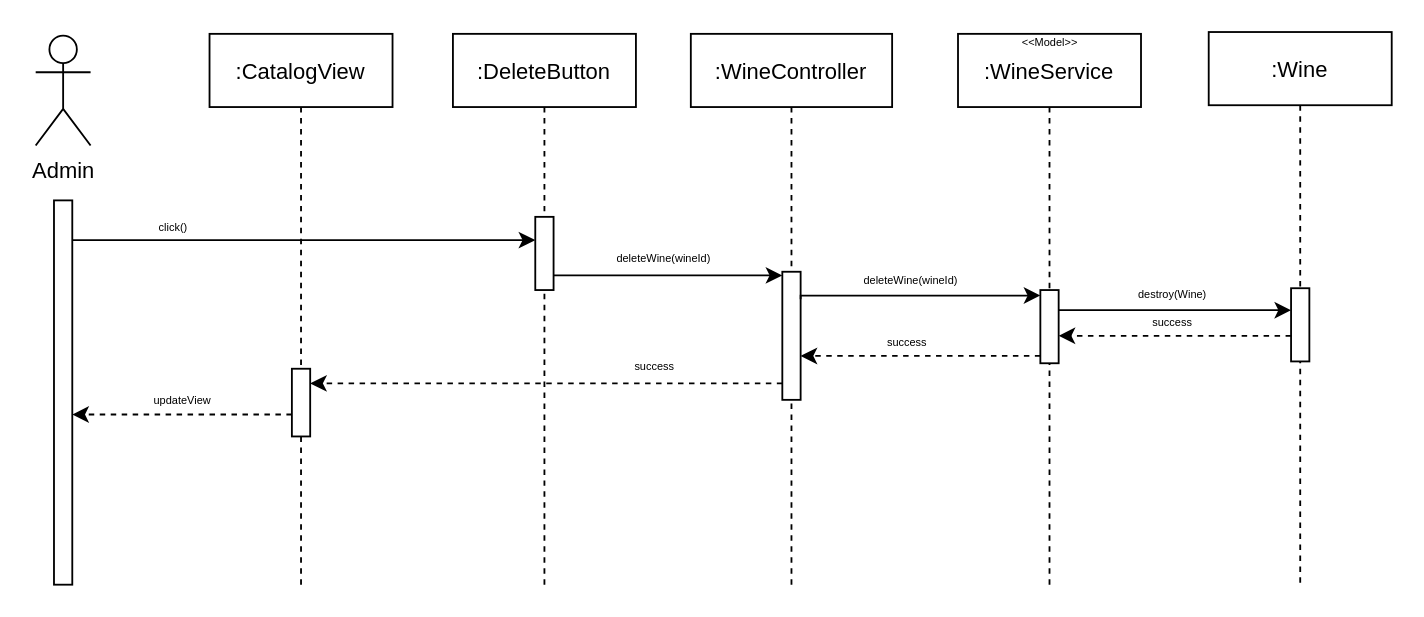
Gprisco/winer-unisa keeps this draw.io diagram as page "DeleteWine" (3 of 3) of Docs/Requirements Analysis/Diagrams/Sequence Diagrams/Admin/Winer.Admin.GestioneVini.drawio. Above is the earlier version. Source tidied: cells renumbered, new cells numbered last; positions are measured from the earlier drawing's top-left corner, leaving out a move shared by most shapes. Both pictures are drawn from the tidied source at 183%, with x=0, y=0 at pixel (35, 31).
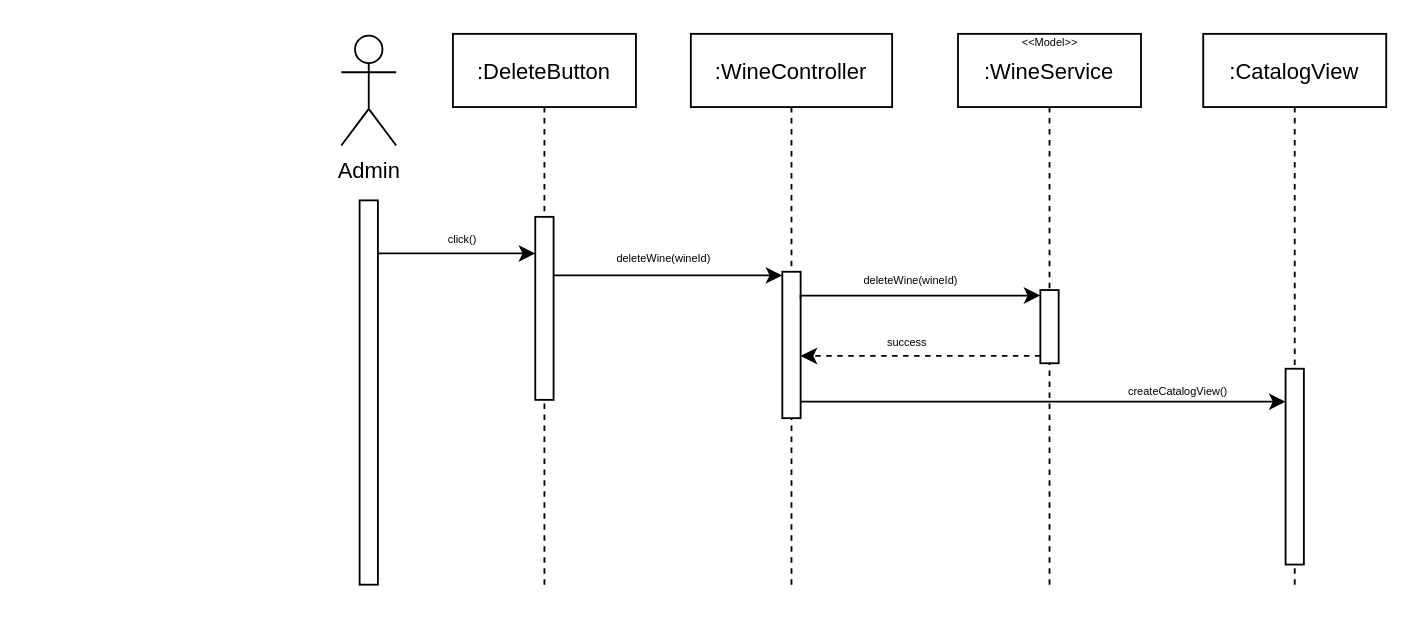
The same page after the edit.

The change refers to these unchanged cells:
```xml
<mxCell id="2" value=":DeleteButton" style="shape=umlLifeline;perimeter=lifelinePerimeter;rounded=0;shadow=0;strokeWidth=1;" parent="1" vertex="1">
  <mxGeometry x="228" y="1" width="100" height="301" as="geometry" />
</mxCell>
<mxCell id="6" value=":WineController" style="shape=umlLifeline;perimeter=lifelinePerimeter;rounded=0;shadow=0;strokeWidth=1;" parent="1" vertex="1">
  <mxGeometry x="358" y="1" width="110" height="301" as="geometry" />
</mxCell>
<mxCell id="9" style="points=[];perimeter=orthogonalPerimeter;rounded=0;shadow=0;strokeWidth=1;" parent="8" vertex="1">
  <mxGeometry x="45" y="140" width="10" height="40" as="geometry" />
</mxCell>
```

Diff of the diagram source:
```diff
@@
     <mxCell id="3" style="points=[];perimeter=orthogonalPerimeter;rounded=0;shadow=0;strokeWidth=1;" parent="2" vertex="1">
-      <mxGeometry x="45" y="100" width="10" height="40" as="geometry" />
+      <mxGeometry x="45" y="100" width="10" height="100" as="geometry" />
     </mxCell>
+    <mxCell id="21" value="click()" style="text;html=1;align=center;verticalAlign=middle;strokeColor=none;fillColor=none;fontSize=6;" parent="2" vertex="1">
+      <mxGeometry x="-10" y="108" width="30" height="10" as="geometry" />
+    </mxCell>
     <mxCell id="4" value="Admin" style="shape=umlActor;verticalLabelPosition=bottom;verticalAlign=top;html=1;" parent="1" vertex="1">
-      <mxGeometry y="2" width="30" height="60" as="geometry" />
+      <mxGeometry x="167" y="2" width="30" height="60" as="geometry" />
     </mxCell>
     <mxCell id="5" style="points=[];perimeter=orthogonalPerimeter;rounded=0;shadow=0;strokeWidth=1;" parent="1" vertex="1">
-      <mxGeometry x="10" y="92" width="10" height="210" as="geometry" />
+      <mxGeometry x="177" y="92" width="10" height="210" as="geometry" />
     </mxCell>
@@
     <mxCell id="7" style="points=[];perimeter=orthogonalPerimeter;rounded=0;shadow=0;strokeWidth=1;" parent="6" vertex="1">
-      <mxGeometry x="50" y="130" width="10" height="70" as="geometry" />
+      <mxGeometry x="50" y="130" width="10" height="80" as="geometry" />
     </mxCell>
@@
-    <mxCell id="17" value="success" style="text;html=1;align=center;verticalAlign=middle;strokeColor=none;fillColor=none;fontSize=6;" parent="1" vertex="1">
-      <mxGeometry x="318" y="178" width="40" height="10" as="geometry" />
-    </mxCell>
-    <mxCell id="18" style="edgeStyle=orthogonalEdgeStyle;rounded=0;jettySize=auto;html=1;dashed=1;" parent="1" edge="1" source="7" target="20">
-      <mxGeometry relative="1" as="geometry">
-        <Array as="points">
-          <mxPoint x="211" y="192" />
-          <mxPoint x="211" y="192" />
-        </Array>
-      </mxGeometry>
-    </mxCell>
     <mxCell id="19" value=":CatalogView" style="shape=umlLifeline;perimeter=lifelinePerimeter;rounded=0;shadow=0;strokeWidth=1;" parent="1" vertex="1">
-      <mxGeometry x="95" y="1" width="100" height="301" as="geometry" />
+      <mxGeometry x="638" y="1" width="100" height="301" as="geometry" />
     </mxCell>
     <mxCell id="20" style="points=[];perimeter=orthogonalPerimeter;rounded=0;shadow=0;strokeWidth=1;" parent="19" vertex="1">
-      <mxGeometry x="45" y="183" width="10" height="37" as="geometry" />
+      <mxGeometry x="45" y="183" width="10" height="107" as="geometry" />
     </mxCell>
-    <mxCell id="21" value="click()" style="text;html=1;align=center;verticalAlign=middle;strokeColor=none;fillColor=none;fontSize=6;" parent="19" vertex="1">
-      <mxGeometry x="-35" y="101" width="30" height="10" as="geometry" />
-    </mxCell>
-    <mxCell id="22" style="edgeStyle=orthogonalEdgeStyle;rounded=0;orthogonalLoop=1;jettySize=auto;html=1;" parent="19" edge="1">
+    <mxCell id="22" style="edgeStyle=orthogonalEdgeStyle;rounded=0;jettySize=auto;html=1;" parent="1" edge="1" source="5" target="3">
       <mxGeometry relative="1" as="geometry">
-        <mxPoint x="-75" y="112.7" as="sourcePoint" />
-        <mxPoint x="178" y="112.7" as="targetPoint" />
         <Array as="points">
-          <mxPoint x="-75" y="112.7" />
+          <mxPoint x="208" y="121" />
+          <mxPoint x="208" y="121" />
         </Array>
       </mxGeometry>
     </mxCell>
-    <mxCell id="23" value=":Wine" style="shape=umlLifeline;perimeter=lifelinePerimeter;rounded=0;shadow=0;strokeWidth=1;" parent="1" vertex="1">
-      <mxGeometry x="641" width="100" height="302" as="geometry" />
-    </mxCell>
-    <mxCell id="24" style="points=[];perimeter=orthogonalPerimeter;rounded=0;shadow=0;strokeWidth=1;" parent="23" vertex="1">
-      <mxGeometry x="45" y="140" width="10" height="40" as="geometry" />
-    </mxCell>
-    <mxCell id="25" style="edgeStyle=orthogonalEdgeStyle;rounded=0;jettySize=auto;html=1;fontSize=6;" parent="1" edge="1" source="9" target="24">
-      <mxGeometry relative="1" as="geometry">
-        <Array as="points">
-          <mxPoint x="623" y="152" />
-          <mxPoint x="623" y="152" />
-        </Array>
-      </mxGeometry>
-    </mxCell>
-    <mxCell id="26" value="destroy(Wine)" style="text;html=1;align=center;verticalAlign=middle;strokeColor=none;fillColor=none;fontSize=6;" parent="1" vertex="1">
-      <mxGeometry x="596" y="139" width="50" height="10" as="geometry" />
-    </mxCell>
-    <mxCell id="27" style="edgeStyle=orthogonalEdgeStyle;rounded=0;orthogonalLoop=1;jettySize=auto;html=1;dashed=1;" parent="1" edge="1">
-      <mxGeometry relative="1" as="geometry">
-        <mxPoint x="686" y="166" as="sourcePoint" />
-        <mxPoint x="559" y="166" as="targetPoint" />
-        <Array as="points">
-          <mxPoint x="686" y="166" />
-        </Array>
-      </mxGeometry>
-    </mxCell>
-    <mxCell id="28" value="success" style="text;html=1;align=center;verticalAlign=middle;strokeColor=none;fillColor=none;fontSize=6;" parent="1" vertex="1">
-      <mxGeometry x="600.5" y="154.4" width="40" height="10" as="geometry" />
-    </mxCell>
-    <mxCell id="29" style="edgeStyle=orthogonalEdgeStyle;rounded=0;jettySize=auto;html=1;fontSize=6;dashed=1;" parent="1" edge="1" source="20" target="5">
-      <mxGeometry relative="1" as="geometry">
-        <Array as="points">
-          <mxPoint x="51" y="209" />
-          <mxPoint x="51" y="209" />
-        </Array>
-      </mxGeometry>
-    </mxCell>
-    <mxCell id="30" value="updateView" style="text;html=1;align=center;verticalAlign=middle;strokeColor=none;fillColor=none;fontSize=6;" parent="1" vertex="1">
-      <mxGeometry x="55" y="197" width="50" height="10" as="geometry" />
-    </mxCell>
+    <mxCell id="18" style="edgeStyle=orthogonalEdgeStyle;rounded=0;jettySize=auto;html=1;" parent="1" edge="1" source="7" target="20">
+      <mxGeometry relative="1" as="geometry">
+        <Array as="points">
+          <mxPoint x="488" y="202" />
+          <mxPoint x="488" y="202" />
+        </Array>
+      </mxGeometry>
+    </mxCell>
+    <mxCell id="31" value="createCatalogView()" style="text;html=1;align=center;verticalAlign=middle;strokeColor=none;fillColor=none;fontSize=6;" parent="1" vertex="1">
+      <mxGeometry x="589" y="192" width="70" height="10" as="geometry" />
+    </mxCell>
```
